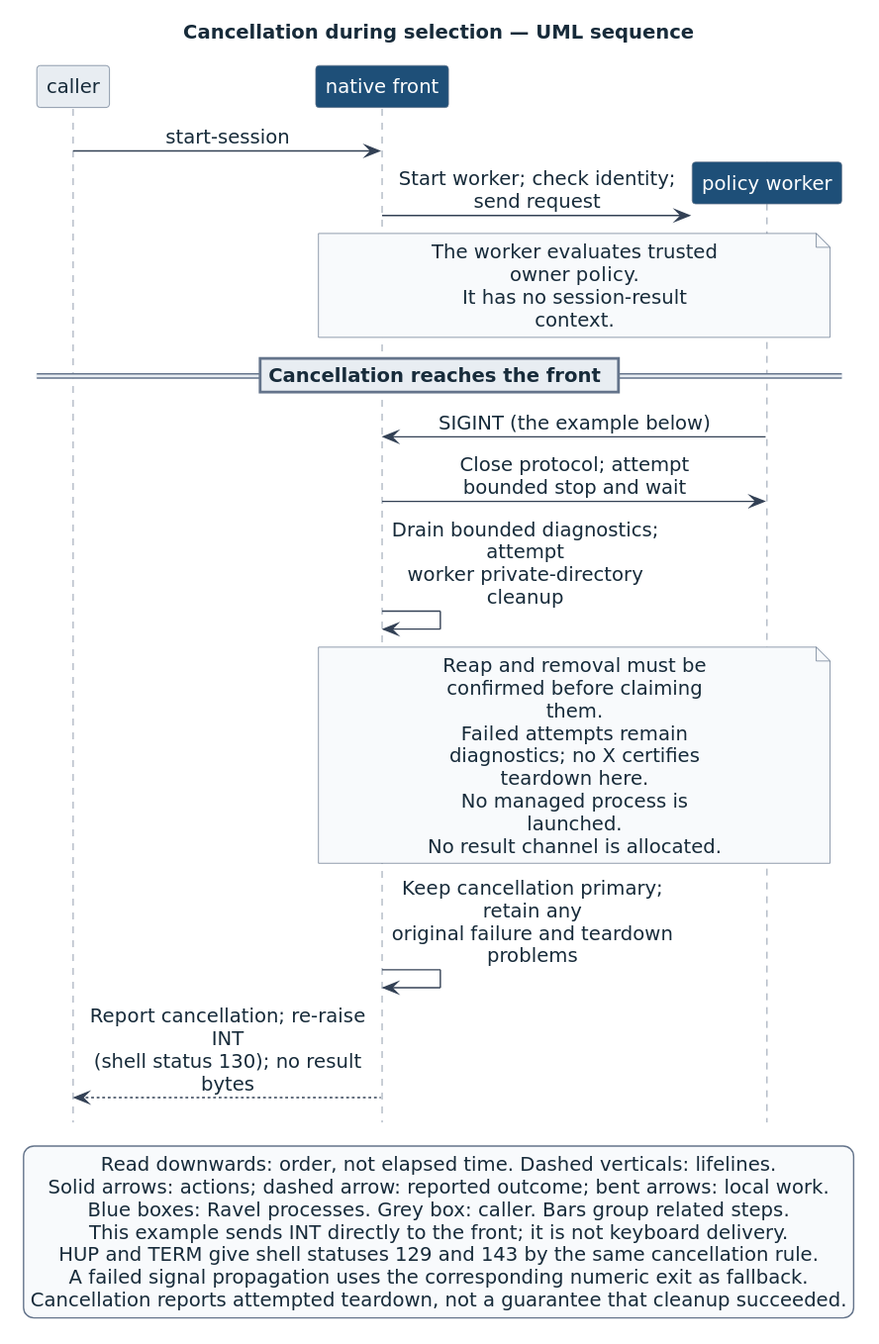
Linkuistics/Ravel keeps this PlantUML diagram as docs/book/src/figures/selection-cancellation.svg. Above is the earlier version. Its source is kept beside it as docs/book/src/figures/selection-cancellation.puml.
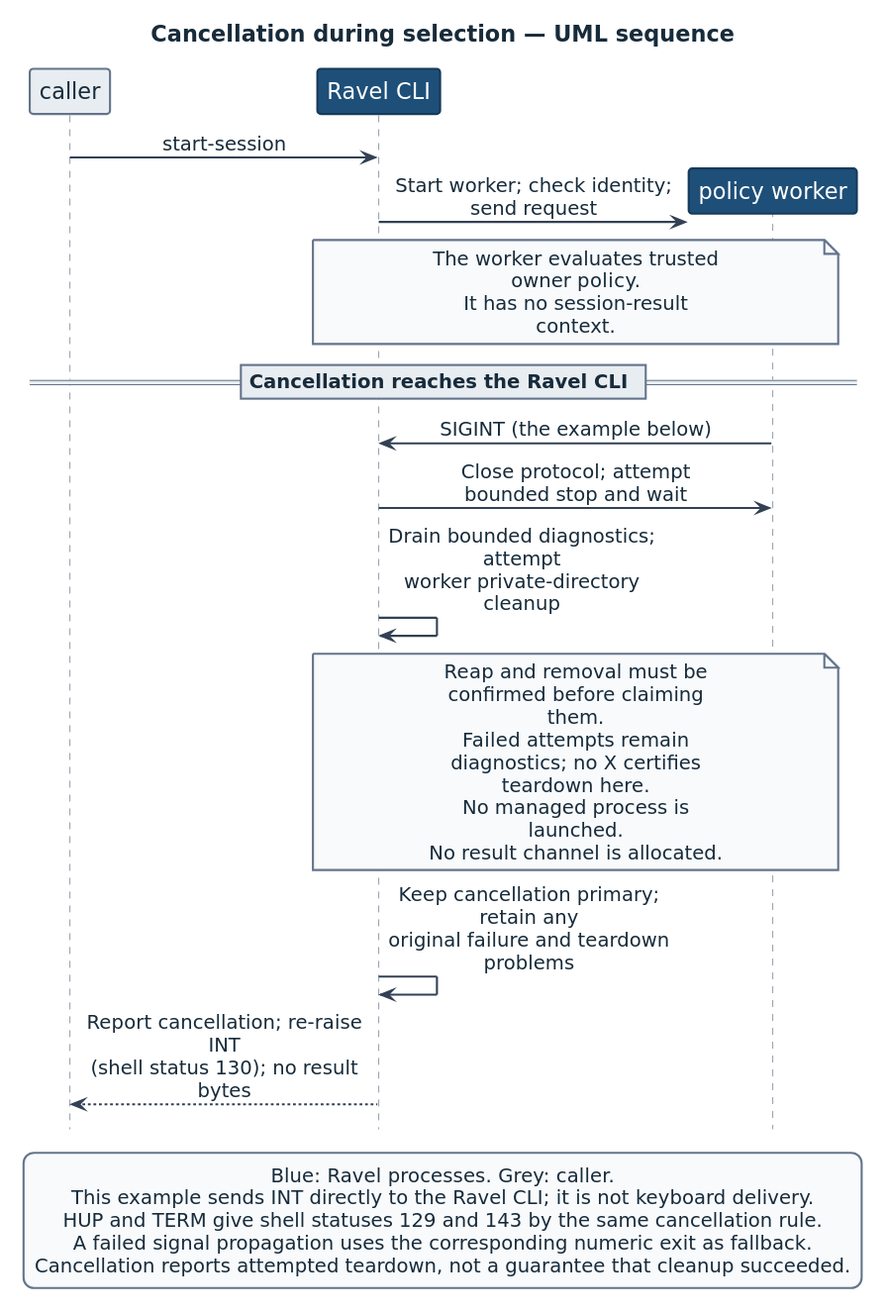
After the commit.

The edit, as a diff of the source:
```diff
@@ -4,8 +4,8 @@
 title Cancellation during selection — UML sequence
 hide footbox
 participant "caller" as Caller
-participant "<color:#FFFFFF>native front" as Front #1E4F78
-participant "<color:#FFFFFF>policy worker" as Worker #1E4F78
+participant "Ravel CLI" as Front <<ravel>>
+participant "policy worker" as Worker <<ravel>>
 
 Caller -> Front : start-session
 create Worker
@@ -14,7 +14,7 @@
   The worker evaluates trusted owner policy.
   It has no session-result context.
 end note
-== Cancellation reaches the front ==
+== Cancellation reaches the Ravel CLI ==
 Worker -> Front : SIGINT (the example below)
 Front -> Worker : Close protocol; attempt bounded stop and wait
 Front -> Front : Drain bounded diagnostics; attempt\nworker private-directory cleanup
@@ -28,10 +28,8 @@
 Front --> Caller : Report cancellation; re-raise INT\n(shell status 130); no result bytes
 
 legend bottom
-  Read downwards: order, not elapsed time. Dashed verticals: lifelines.
-  Solid arrows: actions; dashed arrow: reported outcome; bent arrows: local work.
-  Blue boxes: Ravel processes. Grey box: caller. Bars group related steps.
-  This example sends INT directly to the front; it is not keyboard delivery.
+  Blue: Ravel processes. Grey: caller.
+  This example sends INT directly to the Ravel CLI; it is not keyboard delivery.
   HUP and TERM give shell statuses 129 and 143 by the same cancellation rule.
   A failed signal propagation uses the corresponding numeric exit as fallback.
   Cancellation reports attempted teardown, not a guarantee that cleanup succeeded.
```
